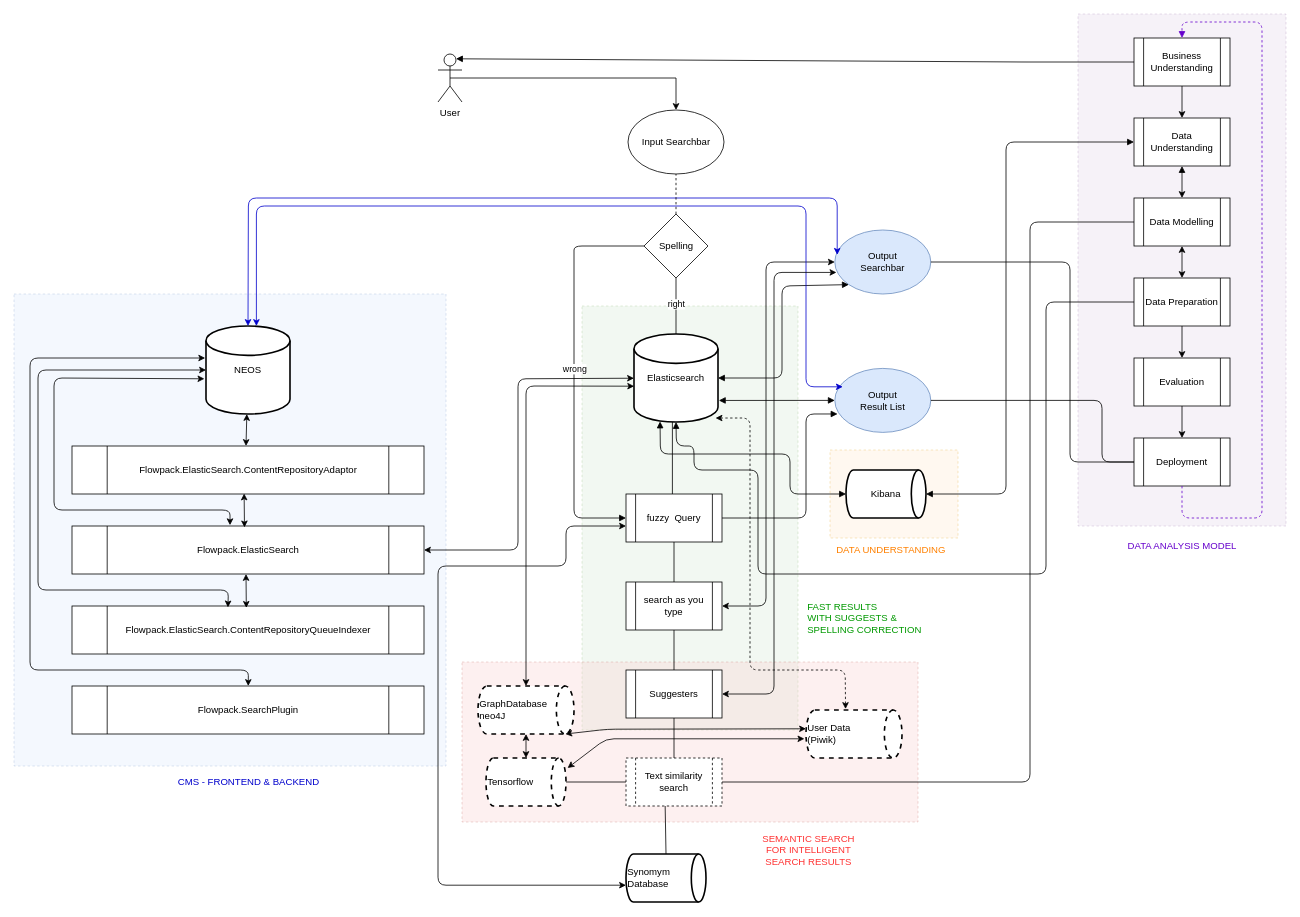
Above: Untitled Diagram.drawio in Addelini/diagrams (draw.io), before the change. Source tidied: cells renumbered, new cells numbered last; positions are measured from the earlier drawing's top-left corner, leaving out a move shared by most shapes. Both pictures are drawn from the tidied source at 80%, with x=0, y=0 at pixel (14, 14).
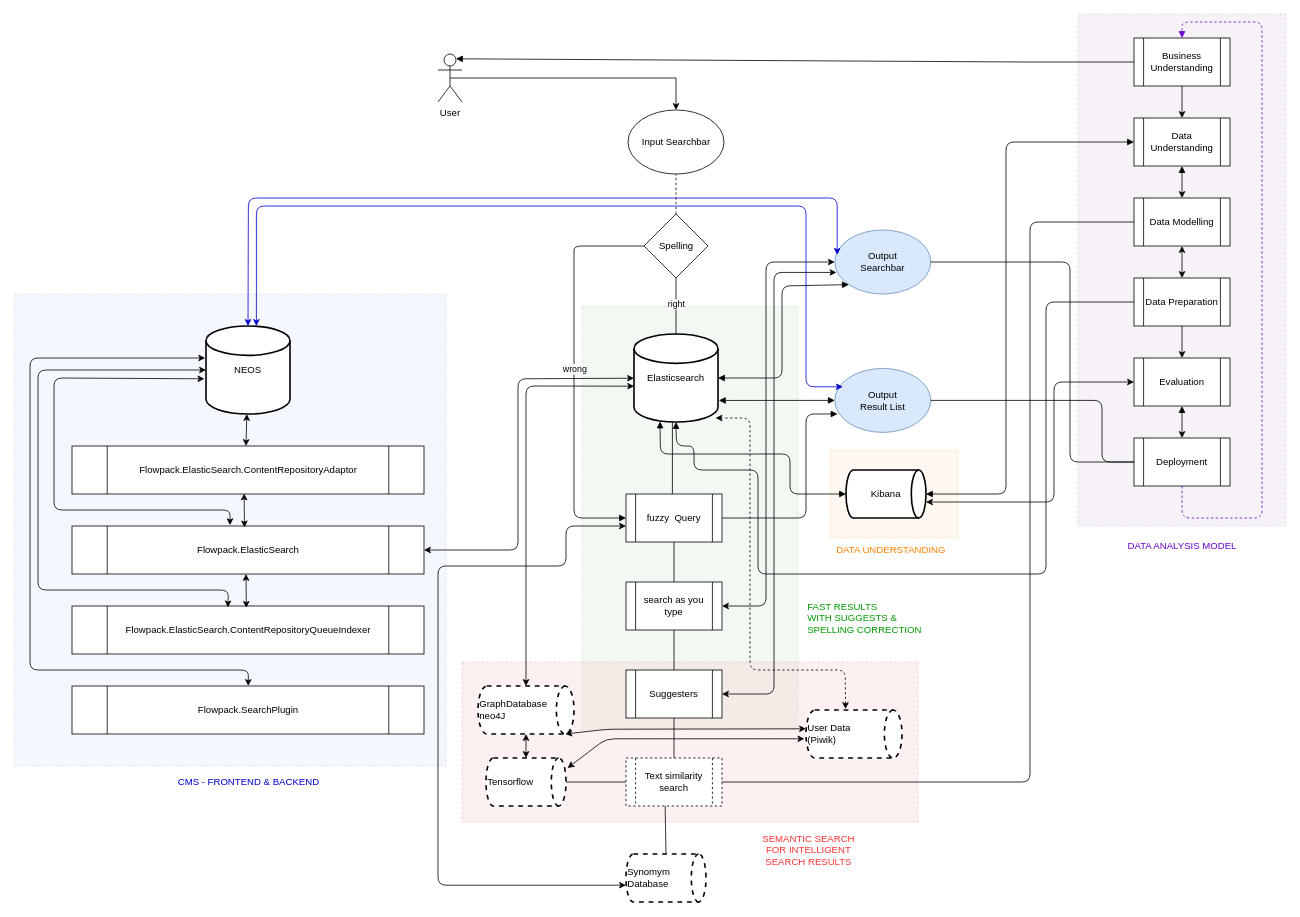
Above is the later version.

Unchanged cells that the change refers to:
```xml
<mxCell id="34" value="Evaluation" style="shape=process;whiteSpace=wrap;html=1;backgroundOutline=1;" parent="1" vertex="1">
  <mxGeometry x="1400" y="430" width="120" height="60" as="geometry" />
</mxCell>
<mxCell id="35" value="Deployment" style="shape=process;whiteSpace=wrap;html=1;backgroundOutline=1;" parent="1" vertex="1">
  <mxGeometry x="1400" y="530" width="120" height="60" as="geometry" />
</mxCell>
<mxCell id="41" value="&lt;div align=&quot;center&quot;&gt;Kibana&lt;/div&gt;" style="strokeWidth=2;html=1;shape=mxgraph.flowchart.direct_data;whiteSpace=wrap;align=center;" parent="1" vertex="1">
  <mxGeometry x="1040" y="570" width="100" height="60" as="geometry" />
</mxCell>
```

What changed in the source:
```diff
@@
-    <mxCell id="39" style="endArrow=classic;html=1;fontColor=#FF3333;exitX=0.5;exitY=1;exitDx=0;exitDy=0;" parent="1" edge="1" source="34" target="35">
+    <mxCell id="39" style="endArrow=classic;html=1;fontColor=#FF3333;exitX=0.5;exitY=1;exitDx=0;exitDy=0;startArrow=block;startFill=1;" parent="1" edge="1" source="34" target="35">
       <mxGeometry relative="1" as="geometry" />
     </mxCell>
@@
-    <mxCell id="63" value="Synomym&lt;br&gt;Database" style="strokeWidth=2;html=1;shape=mxgraph.flowchart.direct_data;whiteSpace=wrap;align=left;" parent="1" vertex="1">
+    <mxCell id="63" value="Synomym&lt;br&gt;Database" style="strokeWidth=2;html=1;shape=mxgraph.flowchart.direct_data;whiteSpace=wrap;align=left;dashed=1;" parent="1" vertex="1">
       <mxGeometry x="765" y="1050" width="100" height="60" as="geometry" />
     </mxCell>
@@
+    <mxCell id="82" style="endArrow=classic;startArrow=classic;html=1;entryX=0;entryY=0.5;entryDx=0;entryDy=0;" parent="1" edge="1" source="41" target="34">
+      <mxGeometry relative="1" as="geometry">
+        <Array as="points">
+          <mxPoint x="1140" y="610" />
+          <mxPoint x="1300" y="610" />
+          <mxPoint x="1300" y="460" />
+        </Array>
+      </mxGeometry>
+    </mxCell>
```
